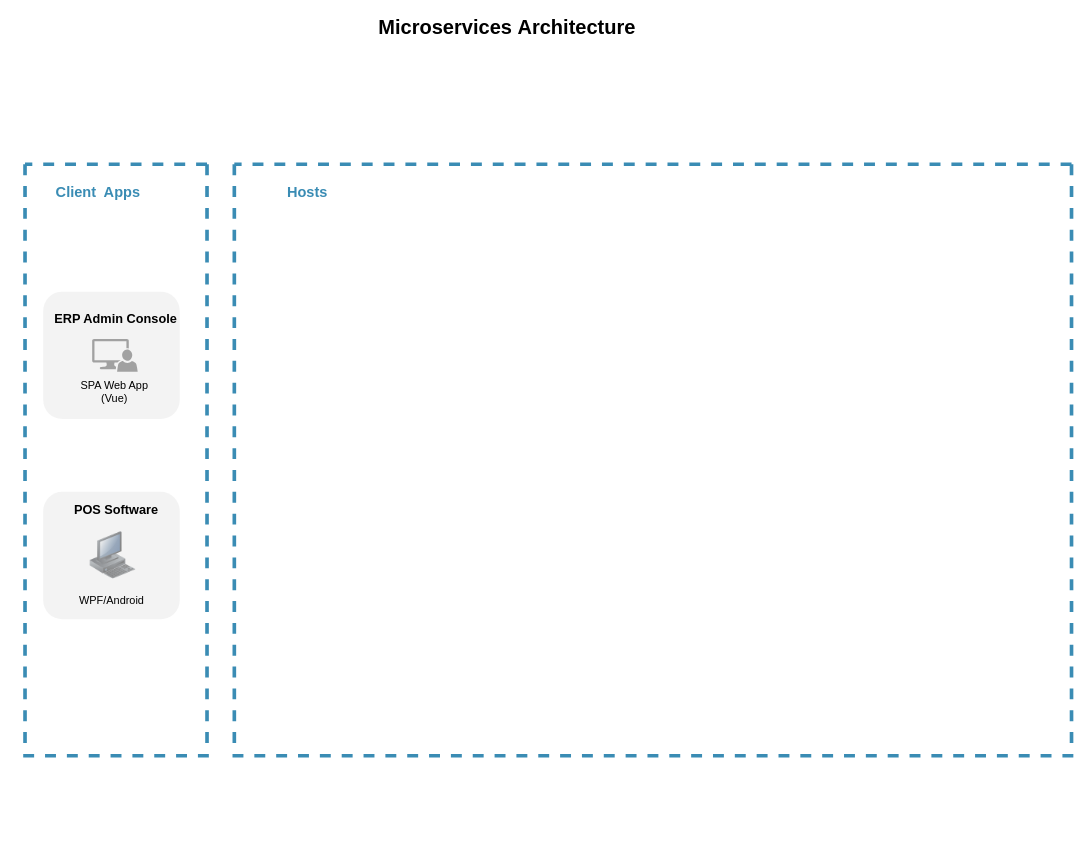
Earlier version of the draw.io diagram page "云帆架构图" (1 of 2) of Untitled Diagram.drawio (dingzeng/Files). Source tidied: cells renumbered, new cells numbered last; positions are measured from the earlier drawing's top-left corner, leaving out a move shared by most shapes. Both pictures are drawn from the tidied source at 91%, with x=0, y=0 at pixel (15, 18). Pictures stored in the file or linked from it are replaced by grey dashed boxes.
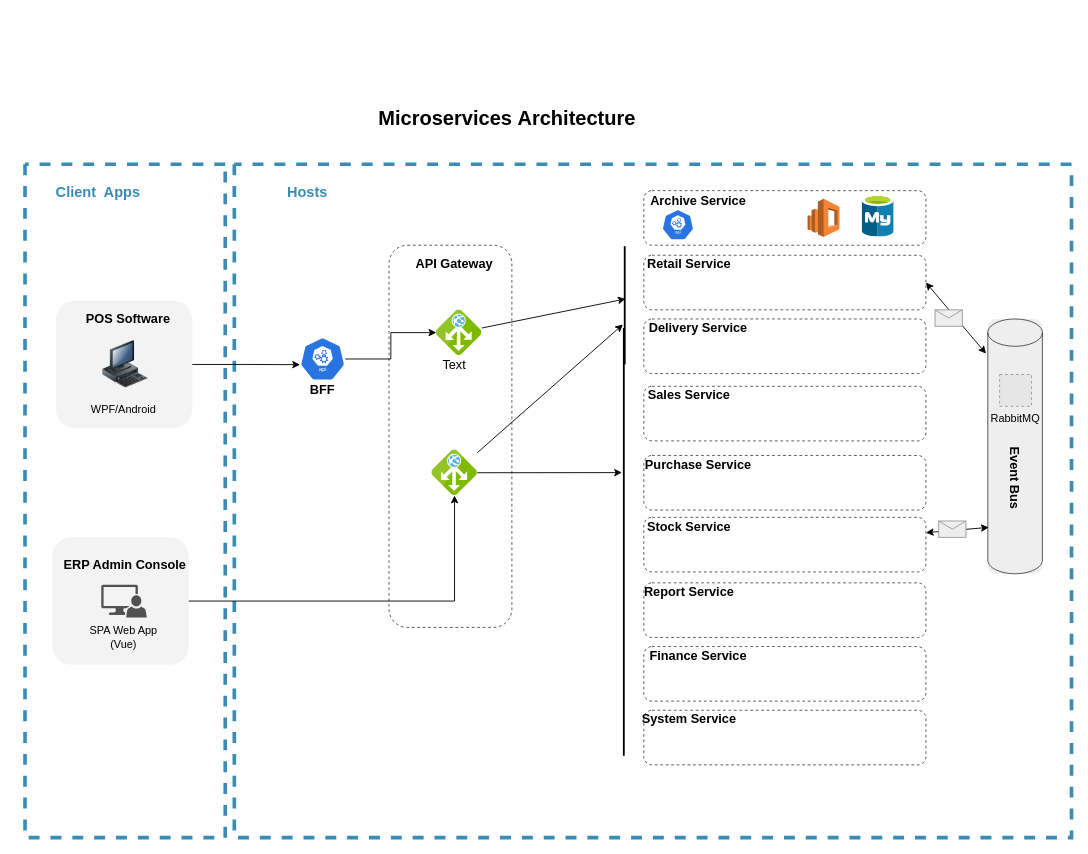
The same page after the edit.

The change refers to these unchanged cells:
```xml
<mxCell id="5" style="rounded=1;whiteSpace=wrap;html=1;shadow=0;glass=0;dashed=1;sketch=0;fontSize=14;fontColor=#000000;strokeWidth=0;gradientColor=none;opacity=70;fillColor=#EEEEEE;strokeColor=none;" parent="4" vertex="1">
  <mxGeometry width="150" height="140" as="geometry" />
</mxCell>
```

Diff of the diagram source:
```diff
@@
     <mxCell id="2" style="swimlane;startSize=0;rounded=1;strokeColor=#3A8CB4;strokeWidth=4;fillColor=#000000;dashed=1;fontColor=#3A8CB4;" parent="1" vertex="1">
-      <mxGeometry x="10" y="160" width="200" height="650" as="geometry" />
+      <mxGeometry x="10" y="160" width="220" height="740" as="geometry" />
     </mxCell>
@@
+    <mxCell id="9" style="group;" parent="2" vertex="1">
+      <mxGeometry y="410" width="220" height="140" as="geometry" />
+    </mxCell>
+    <mxCell id="10" style="rounded=1;whiteSpace=wrap;html=1;shadow=0;glass=0;dashed=1;sketch=0;fontSize=14;fontColor=#000000;strokeWidth=0;gradientColor=none;opacity=70;strokeColor=none;fillColor=#EEE;" parent="9" vertex="1">
+      <mxGeometry x="30" width="150" height="140" as="geometry" />
+    </mxCell>
+    <mxCell id="11" style="shadow=0;dashed=0;html=1;strokeColor=none;labelPosition=center;verticalLabelPosition=bottom;verticalAlign=top;align=center;fillColor=#515151;shape=mxgraph.mscae.system_center.admin_console;rounded=1;fontSize=22;fontColor=#000000;" parent="9" vertex="1">
+      <mxGeometry x="83.8" y="52" width="50" height="36" as="geometry" />
+    </mxCell>
+    <mxCell id="12" value="SPA Web App&lt;br style=&quot;font-size: 12px;&quot;&gt;(Vue)" style="text;html=1;strokeColor=none;fillColor=none;align=center;verticalAlign=middle;whiteSpace=wrap;rounded=0;shadow=0;glass=0;dashed=1;sketch=0;fontSize=12;fontColor=#000000;opacity=70;fontStyle=0;" parent="9" vertex="1">
+      <mxGeometry x="36.2" y="100" width="145" height="20" as="geometry" />
+    </mxCell>
+    <mxCell id="13" value="ERP Admin Console" style="text;html=1;strokeColor=none;fillColor=none;align=center;verticalAlign=middle;whiteSpace=wrap;rounded=0;shadow=0;glass=0;dashed=1;sketch=0;fontSize=14;fontColor=#000000;opacity=70;fontStyle=1;" parent="9" vertex="1">
+      <mxGeometry y="20" width="220" height="20" as="geometry" />
+    </mxCell>
     <mxCell id="4" style="group;" parent="2" vertex="1">
-      <mxGeometry x="20" y="360" width="152.5" height="140" as="geometry" />
+      <mxGeometry x="33.8" y="150" width="152.5" height="140" as="geometry" />
     </mxCell>
@@
-    <mxCell id="6" style="image;html=1;image=img/lib/clip_art/computers/Workstation_128x128.png;rounded=1;dashed=1;fontSize=22;fontColor=#000000;strokeColor=#000000;strokeWidth=2;fillColor=#ffffff;opacity=50;" parent="4" vertex="1">
+    <mxCell id="6" style="image;html=1;image=img/lib/clip_art/computers/Workstation_128x128.png;rounded=1;dashed=1;fontSize=22;fontColor=#000000;strokeColor=#000000;strokeWidth=2;fillColor=#ffffff;" parent="4" vertex="1">
       <mxGeometry x="51.5" y="30" width="50" height="80" as="geometry" />
     </mxCell>
@@
-    <mxCell id="9" style="group;" parent="2" vertex="1">
-      <mxGeometry x="-10" y="140" width="220" height="140" as="geometry" />
-    </mxCell>
-    <mxCell id="10" style="rounded=1;whiteSpace=wrap;html=1;shadow=0;glass=0;dashed=1;sketch=0;fontSize=14;fontColor=#000000;strokeWidth=0;gradientColor=none;opacity=70;strokeColor=none;fillColor=#EEE;" parent="9" vertex="1">
-      <mxGeometry x="30" width="150" height="140" as="geometry" />
-    </mxCell>
-    <mxCell id="11" style="shadow=0;dashed=0;html=1;strokeColor=none;labelPosition=center;verticalLabelPosition=bottom;verticalAlign=top;align=center;fillColor=#515151;shape=mxgraph.mscae.system_center.admin_console;rounded=1;fontSize=22;fontColor=#000000;opacity=50;" parent="9" vertex="1">
-      <mxGeometry x="83.8" y="52" width="50" height="36" as="geometry" />
-    </mxCell>
-    <mxCell id="12" value="SPA Web App&lt;br style=&quot;font-size: 12px;&quot;&gt;(Vue)" style="text;html=1;strokeColor=none;fillColor=none;align=center;verticalAlign=middle;whiteSpace=wrap;rounded=0;shadow=0;glass=0;dashed=1;sketch=0;fontSize=12;fontColor=#000000;opacity=70;fontStyle=0;" parent="9" vertex="1">
-      <mxGeometry x="36.2" y="100" width="145" height="20" as="geometry" />
-    </mxCell>
-    <mxCell id="13" value="ERP Admin Console" style="text;html=1;strokeColor=none;fillColor=none;align=center;verticalAlign=middle;whiteSpace=wrap;rounded=0;shadow=0;glass=0;dashed=1;sketch=0;fontSize=14;fontColor=#000000;opacity=70;fontStyle=1;" parent="9" vertex="1">
-      <mxGeometry y="20" width="220" height="20" as="geometry" />
-    </mxCell>
     <mxCell id="14" value="Microservices&amp;nbsp;Architecture" style="text;html=1;strokeColor=none;fillColor=none;align=center;verticalAlign=middle;whiteSpace=wrap;rounded=0;dashed=1;fontSize=22;fontStyle=1;" parent="1" vertex="1">
-      <mxGeometry x="520" width="40" height="20" as="geometry" />
+      <mxGeometry x="520" y="100" width="40" height="20" as="geometry" />
     </mxCell>
     <mxCell id="15" style="swimlane;startSize=0;rounded=1;strokeColor=#3A8CB4;strokeWidth=4;fillColor=#000000;dashed=1;fontColor=#3A8CB4;" parent="1" vertex="1">
-      <mxGeometry x="240" y="160" width="920" height="650" as="geometry" />
+      <mxGeometry x="240" y="160" width="920" height="740" as="geometry" />
     </mxCell>
@@
+    <mxCell id="17" style="rounded=1;whiteSpace=wrap;html=1;shadow=0;glass=0;dashed=1;sketch=0;fontSize=12;fontColor=#000000;strokeColor=#000000;strokeWidth=1;gradientColor=none;opacity=70;fillColor=none;" parent="15" vertex="1">
+      <mxGeometry x="170" y="89" width="135" height="420" as="geometry" />
+    </mxCell>
+    <mxCell id="18" style="rounded=1;whiteSpace=wrap;html=1;shadow=0;glass=0;dashed=1;sketch=0;fontSize=12;fontColor=#000000;strokeColor=#000000;strokeWidth=1;gradientColor=none;opacity=70;fillColor=none;" parent="15" vertex="1">
+      <mxGeometry x="450" y="29" width="310" height="60" as="geometry" />
+    </mxCell>
+    <mxCell id="19" style="group;rounded=1;fillColor=#EEEEEE;" parent="15" vertex="1">
+      <mxGeometry x="828" y="170" width="60" height="280" as="geometry" />
+    </mxCell>
+    <mxCell id="20" style="shape=cylinder3;whiteSpace=wrap;html=1;boundedLbl=1;backgroundOutline=1;size=15;rounded=1;shadow=0;glass=0;sketch=0;fontSize=12;fontColor=#000000;strokeColor=#000000;strokeWidth=1;fillColor=none;gradientColor=none;opacity=70;" parent="19" vertex="1">
+      <mxGeometry width="60" height="280" as="geometry" />
+    </mxCell>
+    <mxCell id="21" value="Event Bus" style="text;html=1;strokeColor=none;fillColor=none;align=center;verticalAlign=middle;whiteSpace=wrap;rounded=0;shadow=0;glass=0;sketch=0;fontSize=14;fontColor=#000000;opacity=70;rotation=90;fontStyle=1;" parent="19" vertex="1">
+      <mxGeometry x="-30" y="159" width="120" height="32" as="geometry" />
+    </mxCell>
+    <mxCell id="22" value="RabbitMQ" style="fillColor=#E6E6E6;strokeColor=#999999;dashed=1;verticalLabelPosition=bottom;verticalAlign=top;fontSize=12;fontColor=#000000;" parent="19" vertex="1">
+      <mxGeometry x="13" y="61" width="35" height="35" as="geometry" />
+    </mxCell>
+    <mxCell id="23" style="html=1;points=[];align=center;image;fontSize=12;image=img/lib/mscae/Application_Gateway.svg;rounded=1;shadow=0;glass=0;sketch=0;fontColor=#000000;strokeColor=#000000;strokeWidth=1;fillColor=#EEEEEE;gradientColor=none;" parent="15" vertex="1">
+      <mxGeometry x="222" y="160" width="50" height="50" as="geometry" />
+    </mxCell>
+    <mxCell id="24" style="edgeStyle=orthogonalEdgeStyle;rounded=0;jettySize=auto;html=1;fontSize=14;fontColor=#000000;" parent="15" edge="1" source="25" target="23">
+      <mxGeometry relative="1" as="geometry" />
+    </mxCell>
+    <mxCell id="25" style="html=1;dashed=0;whitespace=wrap;fillColor=#2875E2;strokeColor=#ffffff;points=[[0.005,0.63,0],[0.1,0.2,0],[0.9,0.2,0],[0.5,0,0],[0.995,0.63,0],[0.72,0.99,0],[0.5,1,0],[0.28,0.99,0]];shape=mxgraph.kubernetes.icon;prIcon=api;rounded=1;shadow=0;glass=0;sketch=0;fontSize=14;fontColor=#000000;" parent="15" vertex="1">
+      <mxGeometry x="72" y="190" width="50" height="48" as="geometry" />
+    </mxCell>
+    <mxCell id="26" style="edgeStyle=none;rounded=0;jettySize=auto;html=1;entryX=0.338;entryY=0.7;entryDx=0;entryDy=0;entryPerimeter=0;fontSize=12;fontColor=#000000;startArrow=none;startFill=0;" parent="15" edge="1" source="27" target="52">
+      <mxGeometry relative="1" as="geometry" />
+    </mxCell>
+    <mxCell id="27" style="html=1;points=[];align=center;image;fontSize=12;image=img/lib/mscae/Application_Gateway.svg;rounded=1;shadow=0;glass=0;sketch=0;fontColor=#000000;strokeColor=#000000;strokeWidth=1;fillColor=#EEEEEE;gradientColor=none;" parent="15" vertex="1">
+      <mxGeometry x="217" y="314" width="50" height="50" as="geometry" />
+    </mxCell>
+    <mxCell id="28" value="API Gateway" style="text;html=1;strokeColor=none;fillColor=none;align=center;verticalAlign=middle;whiteSpace=wrap;rounded=0;shadow=0;glass=0;sketch=0;fontSize=14;fontColor=#000000;opacity=70;fontStyle=1;" parent="15" vertex="1">
+      <mxGeometry x="182" y="99" width="120" height="20" as="geometry" />
+    </mxCell>
+    <mxCell id="29" style="edgeStyle=none;rounded=0;jettySize=auto;html=1;exitX=1;exitY=0.5;exitDx=0;exitDy=0;entryX=-0.033;entryY=0.136;entryDx=0;entryDy=0;entryPerimeter=0;fontSize=14;fontColor=#000000;startArrow=classic;startFill=1;" parent="15" edge="1" source="30" target="20">
+      <mxGeometry relative="1" as="geometry" />
+    </mxCell>
+    <mxCell id="30" style="rounded=1;whiteSpace=wrap;html=1;shadow=0;glass=0;dashed=1;sketch=0;fontSize=12;fontColor=#000000;strokeColor=#000000;strokeWidth=1;gradientColor=none;opacity=70;fillColor=none;" parent="15" vertex="1">
+      <mxGeometry x="450" y="100" width="310" height="60" as="geometry" />
+    </mxCell>
+    <mxCell id="31" value="Purchase Service" style="text;html=1;strokeColor=none;fillColor=none;align=center;verticalAlign=middle;whiteSpace=wrap;rounded=0;shadow=0;glass=0;sketch=0;fontSize=14;fontColor=#000000;opacity=70;fontStyle=1;" parent="15" vertex="1">
+      <mxGeometry x="450" y="320" width="120" height="20" as="geometry" />
+    </mxCell>
+    <mxCell id="32" style="rounded=1;whiteSpace=wrap;html=1;shadow=0;glass=0;dashed=1;sketch=0;fontSize=12;fontColor=#000000;strokeColor=#000000;strokeWidth=1;gradientColor=none;opacity=70;fillColor=none;" parent="15" vertex="1">
+      <mxGeometry x="450" y="170" width="310" height="60" as="geometry" />
+    </mxCell>
+    <mxCell id="33" value="Delivery Service" style="text;html=1;strokeColor=none;fillColor=none;align=center;verticalAlign=middle;whiteSpace=wrap;rounded=0;shadow=0;glass=0;sketch=0;fontSize=14;fontColor=#000000;opacity=70;fontStyle=1;" parent="15" vertex="1">
+      <mxGeometry x="450" y="170" width="120" height="20" as="geometry" />
+    </mxCell>
+    <mxCell id="34" style="rounded=1;whiteSpace=wrap;html=1;shadow=0;glass=0;dashed=1;sketch=0;fontSize=12;fontColor=#000000;strokeColor=#000000;strokeWidth=1;gradientColor=none;opacity=70;fillColor=none;" parent="15" vertex="1">
+      <mxGeometry x="450" y="244" width="310" height="60" as="geometry" />
+    </mxCell>
+    <mxCell id="35" value="Sales Service" style="text;html=1;strokeColor=none;fillColor=none;align=center;verticalAlign=middle;whiteSpace=wrap;rounded=0;shadow=0;glass=0;sketch=0;fontSize=14;fontColor=#000000;opacity=70;fontStyle=1;" parent="15" vertex="1">
+      <mxGeometry x="440" y="244" width="120" height="20" as="geometry" />
+    </mxCell>
+    <mxCell id="36" style="rounded=1;whiteSpace=wrap;html=1;shadow=0;glass=0;dashed=1;sketch=0;fontSize=12;fontColor=#000000;strokeColor=#000000;strokeWidth=1;gradientColor=none;opacity=70;fillColor=none;" parent="15" vertex="1">
+      <mxGeometry x="450" y="320" width="310" height="60" as="geometry" />
+    </mxCell>
+    <mxCell id="37" value="Retail Service" style="text;html=1;strokeColor=none;fillColor=none;align=center;verticalAlign=middle;whiteSpace=wrap;rounded=0;shadow=0;glass=0;sketch=0;fontSize=14;fontColor=#000000;opacity=70;fontStyle=1;" parent="15" vertex="1">
+      <mxGeometry x="440" y="100" width="120" height="20" as="geometry" />
+    </mxCell>
+    <mxCell id="38" style="edgeStyle=none;rounded=0;jettySize=auto;html=1;entryX=0.017;entryY=0.818;entryDx=0;entryDy=0;entryPerimeter=0;fontSize=14;fontColor=#000000;startArrow=classic;startFill=1;" parent="15" edge="1" source="39" target="20">
+      <mxGeometry relative="1" as="geometry" />
+    </mxCell>
+    <mxCell id="39" style="rounded=1;whiteSpace=wrap;html=1;shadow=0;glass=0;dashed=1;sketch=0;fontSize=12;fontColor=#000000;strokeColor=#000000;strokeWidth=1;gradientColor=none;opacity=70;fillColor=none;" parent="15" vertex="1">
+      <mxGeometry x="450" y="388" width="310" height="60" as="geometry" />
+    </mxCell>
+    <mxCell id="40" value="Stock Service" style="text;html=1;strokeColor=none;fillColor=none;align=center;verticalAlign=middle;whiteSpace=wrap;rounded=0;shadow=0;glass=0;sketch=0;fontSize=14;fontColor=#000000;opacity=70;fontStyle=1;" parent="15" vertex="1">
+      <mxGeometry x="440" y="388" width="120" height="20" as="geometry" />
+    </mxCell>
+    <mxCell id="41" style="rounded=1;whiteSpace=wrap;html=1;shadow=0;glass=0;dashed=1;sketch=0;fontSize=12;fontColor=#000000;strokeColor=#000000;strokeWidth=1;gradientColor=none;opacity=70;fillColor=none;" parent="15" vertex="1">
+      <mxGeometry x="450" y="460" width="310" height="60" as="geometry" />
+    </mxCell>
+    <mxCell id="42" value="Report Service" style="text;html=1;strokeColor=none;fillColor=none;align=center;verticalAlign=middle;whiteSpace=wrap;rounded=0;shadow=0;glass=0;sketch=0;fontSize=14;fontColor=#000000;opacity=70;fontStyle=1;" parent="15" vertex="1">
+      <mxGeometry x="440" y="460" width="120" height="20" as="geometry" />
+    </mxCell>
+    <mxCell id="43" style="rounded=1;whiteSpace=wrap;html=1;shadow=0;glass=0;dashed=1;sketch=0;fontSize=12;fontColor=#000000;strokeColor=#000000;strokeWidth=1;gradientColor=none;opacity=70;fillColor=none;" parent="15" vertex="1">
+      <mxGeometry x="450" y="530" width="310" height="60" as="geometry" />
+    </mxCell>
+    <mxCell id="44" value="Finance Service" style="text;html=1;strokeColor=none;fillColor=none;align=center;verticalAlign=middle;whiteSpace=wrap;rounded=0;shadow=0;glass=0;sketch=0;fontSize=14;fontColor=#000000;opacity=70;fontStyle=1;" parent="15" vertex="1">
+      <mxGeometry x="450" y="530" width="120" height="20" as="geometry" />
+    </mxCell>
+    <mxCell id="45" style="rounded=1;whiteSpace=wrap;html=1;shadow=0;glass=0;dashed=1;sketch=0;fontSize=12;fontColor=#000000;strokeColor=#000000;strokeWidth=1;gradientColor=none;opacity=70;fillColor=none;" parent="15" vertex="1">
+      <mxGeometry x="450" y="600" width="310" height="60" as="geometry" />
+    </mxCell>
+    <mxCell id="46" value="System Service" style="text;html=1;strokeColor=none;fillColor=none;align=center;verticalAlign=middle;whiteSpace=wrap;rounded=0;shadow=0;glass=0;sketch=0;fontSize=14;fontColor=#000000;opacity=70;fontStyle=1;" parent="15" vertex="1">
+      <mxGeometry x="440" y="600" width="120" height="20" as="geometry" />
+    </mxCell>
+    <mxCell id="47" value="Archive Service" style="text;html=1;strokeColor=none;fillColor=none;align=center;verticalAlign=middle;whiteSpace=wrap;rounded=0;shadow=0;glass=0;sketch=0;fontSize=14;fontColor=#000000;opacity=70;fontStyle=1;" parent="15" vertex="1">
+      <mxGeometry x="450" y="30" width="120" height="20" as="geometry" />
+    </mxCell>
+    <mxCell id="48" style="verticalLabelPosition=bottom;shadow=0;dashed=0;align=center;html=1;verticalAlign=top;strokeWidth=1;shape=mxgraph.mockup.misc.mail2;strokeColor=#999999;rounded=1;glass=0;sketch=0;fontSize=14;fontColor=#000000;fillColor=#EEEEEE;gradientColor=none;" parent="15" vertex="1">
+      <mxGeometry x="770" y="160" width="30" height="18" as="geometry" />
+    </mxCell>
+    <mxCell id="49" style="verticalLabelPosition=bottom;shadow=0;dashed=0;align=center;html=1;verticalAlign=top;strokeWidth=1;shape=mxgraph.mockup.misc.mail2;strokeColor=#999999;rounded=1;glass=0;sketch=0;fontSize=14;fontColor=#000000;fillColor=#EEEEEE;gradientColor=none;" parent="15" vertex="1">
+      <mxGeometry x="774" y="392" width="30" height="18" as="geometry" />
+    </mxCell>
+    <mxCell id="50" value="BFF" style="text;html=1;strokeColor=none;fillColor=none;align=center;verticalAlign=middle;whiteSpace=wrap;rounded=0;shadow=0;glass=0;sketch=0;fontSize=14;fontColor=#000000;fontStyle=1;" parent="15" vertex="1">
+      <mxGeometry x="77" y="238" width="40" height="20" as="geometry" />
+    </mxCell>
+    <mxCell id="51" value="Text" style="text;html=1;strokeColor=none;fillColor=none;align=center;verticalAlign=middle;whiteSpace=wrap;rounded=0;shadow=0;glass=0;sketch=0;fontSize=14;fontColor=#000000;" parent="15" vertex="1">
+      <mxGeometry x="222" y="210" width="40" height="20" as="geometry" />
+    </mxCell>
+    <mxCell id="52" style="line;strokeWidth=2;direction=south;html=1;rounded=1;shadow=0;glass=0;sketch=0;fontSize=12;fontColor=#000000;fillColor=#EEEEEE;gradientColor=none;" parent="15" vertex="1">
+      <mxGeometry x="423" y="180" width="10" height="470" as="geometry" />
+    </mxCell>
+    <mxCell id="53" style="html=1;dashed=0;whitespace=wrap;fillColor=#2875E2;strokeColor=#ffffff;shape=mxgraph.kubernetes.icon;prIcon=api;rounded=1;shadow=0;glass=0;sketch=0;fontSize=12;fontColor=#000000;" parent="15" vertex="1">
+      <mxGeometry x="470" y="49" width="35" height="35" as="geometry" />
+    </mxCell>
+    <mxCell id="54" style="dashed=0;verticalLabelPosition=bottom;verticalAlign=top;align=center;html=1;shape=mxgraph.aws3.elasticsearch_service;fillColor=#F58534;gradientColor=none;rounded=1;shadow=0;glass=0;sketch=0;fontSize=12;fontColor=#000000;strokeColor=#000000;strokeWidth=1;" parent="15" vertex="1">
+      <mxGeometry x="630" y="38" width="35" height="42" as="geometry" />
+    </mxCell>
+    <mxCell id="55" style="html=1;align=center;image;fontSize=12;image=img/lib/mscae/Azure_Database_for_MySQL_servers.svg;rounded=1;shadow=0;glass=0;sketch=0;fontColor=#000000;strokeColor=#000000;strokeWidth=1;fillColor=#EEEEEE;gradientColor=none;" parent="15" vertex="1">
+      <mxGeometry x="690" y="34" width="35" height="46" as="geometry" />
+    </mxCell>
+    <mxCell id="56" style="edgeStyle=orthogonalEdgeStyle;rounded=0;jettySize=auto;html=1;entryX=0.005;entryY=0.63;entryDx=0;entryDy=0;entryPerimeter=0;fontSize=14;fontColor=#000000;" parent="1" edge="1" source="5" target="25">
+      <mxGeometry relative="1" as="geometry" />
+    </mxCell>
+    <mxCell id="57" style="edgeStyle=orthogonalEdgeStyle;rounded=0;jettySize=auto;html=1;fontSize=14;fontColor=#000000;" parent="1" edge="1" source="10" target="27">
+      <mxGeometry relative="1" as="geometry" />
+    </mxCell>
+    <mxCell id="58" style="line;strokeWidth=2;direction=south;html=1;rounded=1;shadow=0;glass=0;sketch=0;fontSize=12;fontColor=#000000;fillColor=#EEEEEE;gradientColor=none;" parent="1" vertex="1">
+      <mxGeometry x="664" y="250" width="10" height="130" as="geometry" />
+    </mxCell>
+    <mxCell id="59" style="edgeStyle=none;rounded=0;jettySize=auto;html=1;entryX=0.446;entryY=0.4;entryDx=0;entryDy=0;entryPerimeter=0;fontSize=12;fontColor=#000000;startArrow=none;startFill=0;" parent="1" edge="1" source="23" target="58">
+      <mxGeometry relative="1" as="geometry" />
+    </mxCell>
+    <mxCell id="60" style="edgeStyle=none;rounded=0;jettySize=auto;html=1;entryX=0.662;entryY=0.7;entryDx=0;entryDy=0;entryPerimeter=0;fontSize=12;fontColor=#000000;startArrow=none;startFill=0;" parent="1" edge="1" source="27" target="58">
+      <mxGeometry relative="1" as="geometry" />
+    </mxCell>
```
